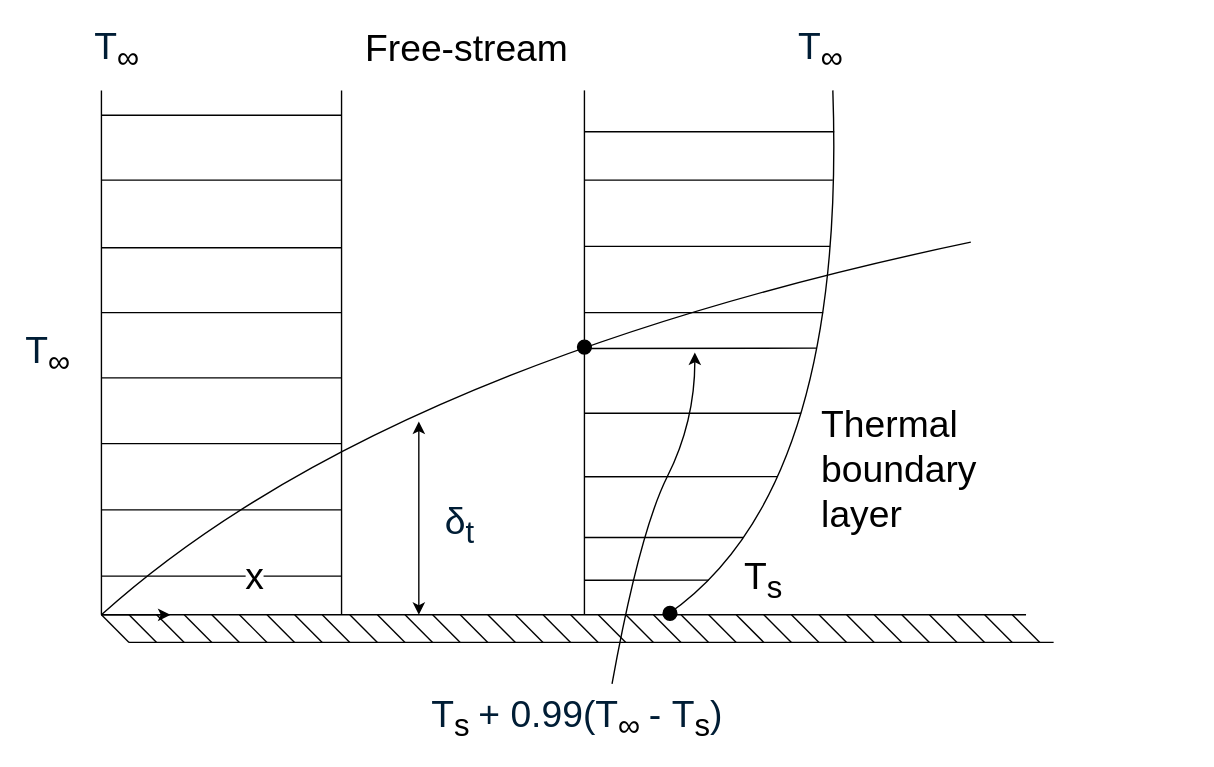
The draw.io diagram Thesis A/Diagrams.net Files/thermal_boundary_layer.drawio in nathansivalingam/mechanical-engineering-thesis-a, before the edit. Source tidied: cells renumbered, new cells numbered last; positions are measured from the earlier drawing's top-left corner, leaving out a move shared by most shapes. Both pictures are drawn from the tidied source at 138%, with x=0, y=0 at pixel (46, 28).
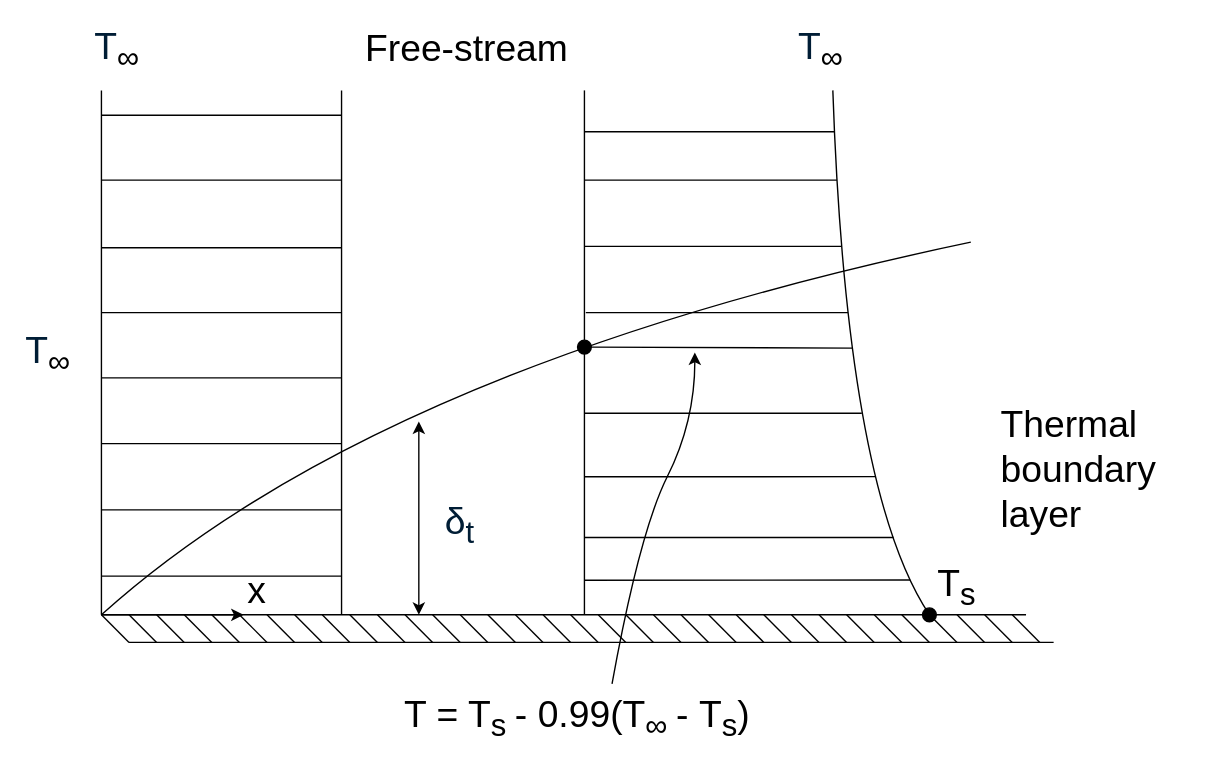
The same diagram, later.

Unchanged cells that the change refers to:
```xml
<mxCell id="47" style="endArrow=none;html=1;rounded=0;" parent="1" edge="1">
  <mxGeometry relative="1" as="geometry">
    <mxPoint x="40" y="397" as="sourcePoint" />
    <mxPoint x="214" y="397" as="targetPoint" />
  </mxGeometry>
</mxCell>
<mxCell id="72" style="ellipse;whiteSpace=wrap;html=1;fillColor=#000000;" parent="1" vertex="1">
  <mxGeometry x="385" y="226" width="10" height="10" as="geometry" />
</mxCell>
```

The edit, as a diff of the source:
```diff
@@
-    <mxCell id="48" value="&lt;font style=&quot;font-size: 27px;&quot;&gt;x&lt;/font&gt;" style="edgeLabel;html=1;align=center;verticalAlign=middle;" parent="47" vertex="1">
-      <mxGeometry x="0.27" relative="1" as="geometry" />
-    </mxCell>
@@
-    <mxCell id="54" value="&lt;font style=&quot;font-size: 27px;&quot;&gt;&lt;span style=&quot;color: rgb(0, 29, 53); font-family: &amp;quot;Google Sans&amp;quot;, Arial, sans-serif; text-align: start; background-color: rgb(255, 255, 255);&quot;&gt;T&lt;/span&gt;&lt;sub style=&quot;text-wrap-mode: nowrap; background-color: rgb(255, 255, 255); color: rgb(0, 0, 0);&quot;&gt;s&amp;nbsp;&lt;/sub&gt;&lt;span style=&quot;color: rgb(0, 29, 53); font-family: &amp;quot;Google Sans&amp;quot;, Arial, sans-serif; text-align: start; background-color: rgb(255, 255, 255);&quot;&gt;+&amp;nbsp;&lt;/span&gt;&lt;span style=&quot;color: rgb(0, 29, 53); font-family: &amp;quot;Google Sans&amp;quot;, Arial, sans-serif; text-align: start; background-color: rgb(255, 255, 255);&quot;&gt;0.99(T&lt;/span&gt;&lt;sub style=&quot;text-wrap-mode: nowrap; background-color: rgb(255, 255, 255); color: rgb(0, 0, 0);&quot;&gt;∞&amp;nbsp;&lt;/sub&gt;&lt;span style=&quot;color: rgb(0, 29, 53); font-family: &amp;quot;Google Sans&amp;quot;, Arial, sans-serif; text-align: start; background-color: rgb(255, 255, 255);&quot;&gt;-&amp;nbsp;&lt;/span&gt;&lt;span style=&quot;color: rgb(0, 29, 53); font-family: &amp;quot;Google Sans&amp;quot;, Arial, sans-serif; text-align: start; background-color: rgb(255, 255, 255);&quot;&gt;T&lt;/span&gt;&lt;sub style=&quot;text-wrap-mode: nowrap; background-color: rgb(255, 255, 255); color: rgb(0, 0, 0);&quot;&gt;s&lt;/sub&gt;&lt;span style=&quot;color: rgb(0, 29, 53); font-family: &amp;quot;Google Sans&amp;quot;, Arial, sans-serif; text-align: start; background-color: rgb(255, 255, 255);&quot;&gt;)&lt;/span&gt;&lt;/font&gt;" style="text;html=1;align=center;verticalAlign=middle;whiteSpace=wrap;rounded=0;" parent="1" vertex="1">
+    <mxCell id="54" value="&lt;font style=&quot;font-size: 27px; color: rgb(0, 0, 0);&quot;&gt;&lt;span style=&quot;font-family: &amp;quot;Google Sans&amp;quot;, Arial, sans-serif; text-align: start; background-color: rgb(255, 255, 255);&quot;&gt;&lt;font&gt;T = T&lt;/font&gt;&lt;/span&gt;&lt;sub style=&quot;text-wrap-mode: nowrap; background-color: rgb(255, 255, 255);&quot;&gt;s&amp;nbsp;&lt;/sub&gt;&lt;span style=&quot;font-family: &amp;quot;Google Sans&amp;quot;, Arial, sans-serif; text-align: start; background-color: rgb(255, 255, 255);&quot;&gt;-&amp;nbsp;&lt;/span&gt;&lt;span style=&quot;font-family: &amp;quot;Google Sans&amp;quot;, Arial, sans-serif; text-align: start; background-color: rgb(255, 255, 255);&quot;&gt;0.99(T&lt;/span&gt;&lt;sub style=&quot;text-wrap-mode: nowrap; background-color: rgb(255, 255, 255);&quot;&gt;∞&amp;nbsp;&lt;/sub&gt;&lt;span style=&quot;font-family: &amp;quot;Google Sans&amp;quot;, Arial, sans-serif; text-align: start; background-color: rgb(255, 255, 255);&quot;&gt;-&amp;nbsp;&lt;/span&gt;&lt;span style=&quot;font-family: &amp;quot;Google Sans&amp;quot;, Arial, sans-serif; text-align: start; background-color: rgb(255, 255, 255);&quot;&gt;T&lt;/span&gt;&lt;sub style=&quot;text-wrap-mode: nowrap; background-color: rgb(255, 255, 255);&quot;&gt;s&lt;/sub&gt;&lt;span style=&quot;font-family: &amp;quot;Google Sans&amp;quot;, Arial, sans-serif; text-align: start; background-color: rgb(255, 255, 255);&quot;&gt;)&lt;/span&gt;&lt;/font&gt;" style="text;html=1;align=center;verticalAlign=middle;whiteSpace=wrap;rounded=0;" parent="1" vertex="1">
       <mxGeometry x="200" y="485" width="370" height="30" as="geometry" />
     </mxCell>
@@
     <mxCell id="56" value="&lt;font style=&quot;font-size: 27px;&quot;&gt;Thermal&lt;/font&gt;&lt;div&gt;&lt;font style=&quot;font-size: 27px;&quot;&gt;boundary&lt;/font&gt;&lt;/div&gt;&lt;div&gt;&lt;font style=&quot;font-size: 27px;&quot;&gt;layer&lt;/font&gt;&lt;/div&gt;" style="text;html=1;align=left;verticalAlign=middle;whiteSpace=wrap;rounded=0;" parent="1" vertex="1">
-      <mxGeometry x="560" y="255" width="140" height="130" as="geometry" />
+      <mxGeometry x="690" y="255" width="140" height="130" as="geometry" />
     </mxCell>
     <mxCell id="57" value="&lt;font style=&quot;font-size: 27px;&quot;&gt;T&lt;sub&gt;s&lt;/sub&gt;&lt;/font&gt;" style="text;html=1;align=center;verticalAlign=middle;whiteSpace=wrap;rounded=0;" parent="1" vertex="1">
-      <mxGeometry x="490" y="385" width="60" height="30" as="geometry" />
+      <mxGeometry x="630" y="390" width="60" height="30" as="geometry" />
     </mxCell>
@@
     <mxCell id="60" style="endArrow=none;html=1;rounded=0;curved=1;" parent="1" edge="1">
       <mxGeometry relative="1" as="geometry">
-        <mxPoint x="450" y="425" as="sourcePoint" />
+        <mxPoint x="640" y="425" as="sourcePoint" />
         <mxPoint x="570" y="45" as="targetPoint" />
         <Array as="points">
           <mxPoint x="580" y="335" />
         </Array>
       </mxGeometry>
     </mxCell>
@@
     <mxCell id="62" style="endArrow=none;html=1;rounded=0;" parent="1" edge="1">
       <mxGeometry relative="1" as="geometry">
         <mxPoint x="390" y="110" as="sourcePoint" />
-        <mxPoint x="570" y="110" as="targetPoint" />
+        <mxPoint x="573" y="110" as="targetPoint" />
       </mxGeometry>
     </mxCell>
     <mxCell id="63" style="endArrow=none;html=1;rounded=0;" parent="1" edge="1">
       <mxGeometry relative="1" as="geometry">
         <mxPoint x="390" y="158" as="sourcePoint" />
-        <mxPoint x="568" y="158" as="targetPoint" />
+        <mxPoint x="576" y="158" as="targetPoint" />
       </mxGeometry>
     </mxCell>
     <mxCell id="64" style="endArrow=none;html=1;rounded=0;" parent="1" edge="1">
       <mxGeometry relative="1" as="geometry">
-        <mxPoint x="390" y="206" as="sourcePoint" />
-        <mxPoint x="563" y="206" as="targetPoint" />
+        <mxPoint x="391" y="206" as="sourcePoint" />
+        <mxPoint x="581" y="206" as="targetPoint" />
       </mxGeometry>
     </mxCell>
-    <mxCell id="65" style="endArrow=none;html=1;rounded=0;" parent="1" edge="1">
+    <mxCell id="65" style="endArrow=none;html=1;rounded=0;exitX=1;exitY=0.5;exitDx=0;exitDy=0;" parent="1" edge="1" source="72">
       <mxGeometry relative="1" as="geometry">
-        <mxPoint x="390" y="232" as="sourcePoint" />
-        <mxPoint x="558" y="231.8" as="targetPoint" />
+        <mxPoint x="584" y="231.8" as="targetPoint" />
       </mxGeometry>
     </mxCell>
     <mxCell id="66" style="endArrow=none;html=1;rounded=0;" parent="1" edge="1">
       <mxGeometry relative="1" as="geometry">
         <mxPoint x="390" y="279" as="sourcePoint" />
-        <mxPoint x="547" y="279" as="targetPoint" />
+        <mxPoint x="591" y="279" as="targetPoint" />
       </mxGeometry>
     </mxCell>
     <mxCell id="67" style="endArrow=none;html=1;rounded=0;" parent="1" edge="1">
       <mxGeometry relative="1" as="geometry">
         <mxPoint x="390" y="325" as="sourcePoint" />
-        <mxPoint x="530" y="324.9" as="targetPoint" />
+        <mxPoint x="601" y="324.9" as="targetPoint" />
       </mxGeometry>
     </mxCell>
     <mxCell id="68" style="endArrow=none;html=1;rounded=0;" parent="1" edge="1">
       <mxGeometry relative="1" as="geometry">
         <mxPoint x="390" y="369" as="sourcePoint" />
-        <mxPoint x="505" y="369" as="targetPoint" />
+        <mxPoint x="614" y="369" as="targetPoint" />
       </mxGeometry>
     </mxCell>
     <mxCell id="69" style="endArrow=none;html=1;rounded=0;" parent="1" edge="1">
       <mxGeometry relative="1" as="geometry">
         <mxPoint x="390" y="400" as="sourcePoint" />
-        <mxPoint x="480" y="399.9" as="targetPoint" />
+        <mxPoint x="626" y="399.8" as="targetPoint" />
       </mxGeometry>
     </mxCell>
@@
     <mxCell id="73" style="ellipse;whiteSpace=wrap;html=1;fillColor=#000000;" parent="1" vertex="1">
-      <mxGeometry x="447" y="419" width="10" height="10" as="geometry" />
+      <mxGeometry x="635" y="420" width="10" height="10" as="geometry" />
     </mxCell>
     <mxCell id="74" style="endArrow=classic;html=1;rounded=0;" parent="1" edge="1">
       <mxGeometry relative="1" as="geometry">
         <mxPoint x="40" y="425" as="sourcePoint" />
-        <mxPoint x="90" y="425" as="targetPoint" />
+        <mxPoint x="143" y="425" as="targetPoint" />
       </mxGeometry>
     </mxCell>
@@
+    <mxCell id="48" value="&lt;font style=&quot;font-size: 27px;&quot;&gt;x&lt;/font&gt;" style="text;html=1;align=center;verticalAlign=middle;whiteSpace=wrap;rounded=0;" parent="1" vertex="1">
+      <mxGeometry x="123" y="393" width="60" height="30" as="geometry" />
+    </mxCell>
```
